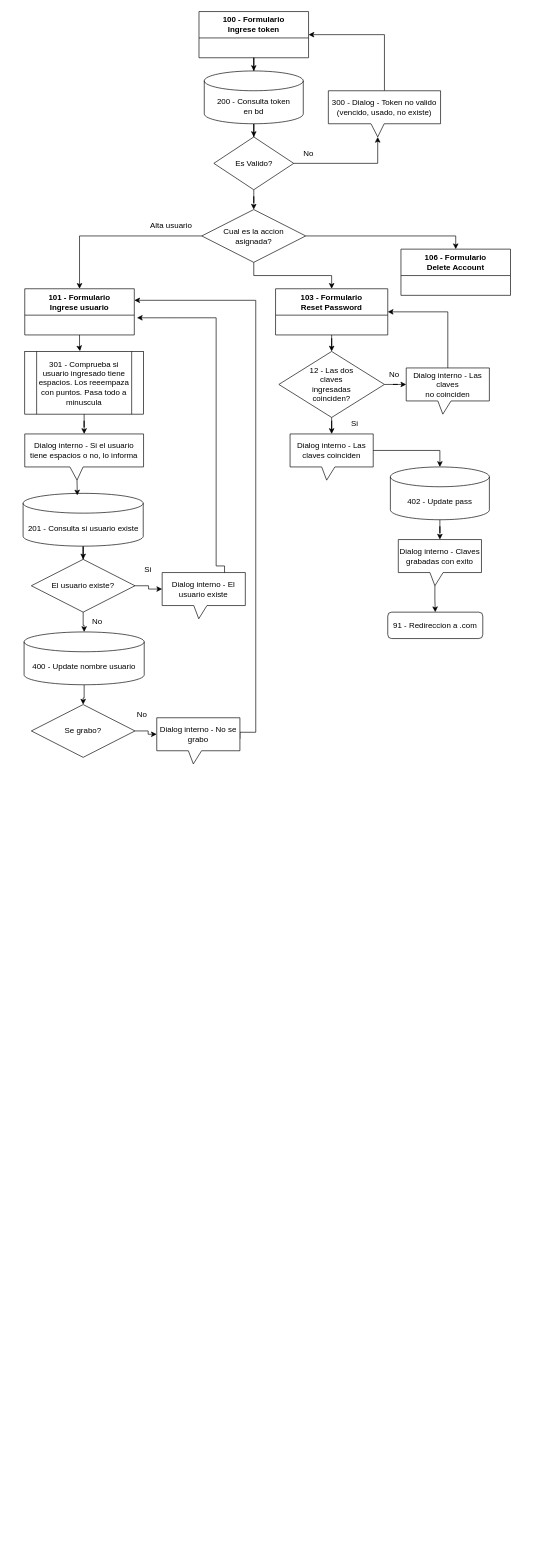
Above: validaphp.drawio in MaxiFranz/TrayectoP (draw.io), before the change. Source tidied: cells renumbered, new cells numbered last; positions are measured from the earlier drawing's top-left corner, leaving out a move shared by most shapes. Both pictures are drawn from the tidied source at 66%, with x=0, y=0 at pixel (23, 11).
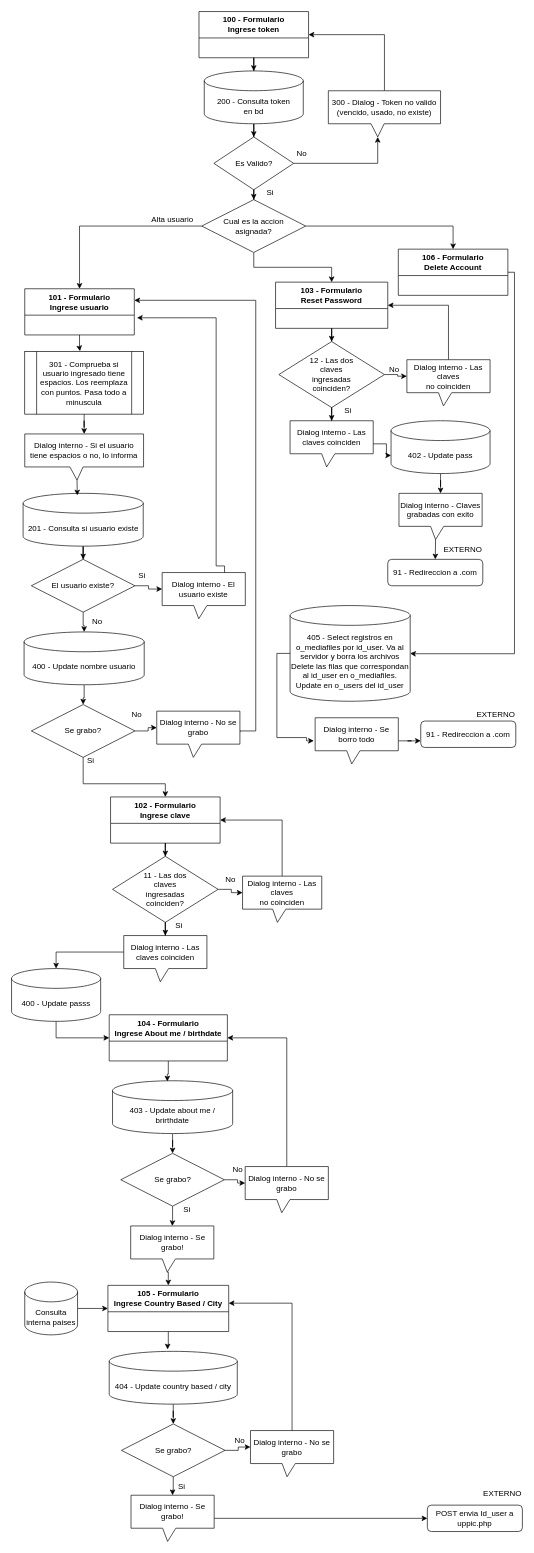
The same diagram, later.

Unchanged cells that the change refers to:
```xml
<mxCell id="16" value="101 - Formulario &lt;br&gt;Ingrese usuario" style="swimlane;whiteSpace=wrap;html=1;startSize=40;" parent="1" vertex="1">
  <mxGeometry x="2" y="420" width="166" height="70" as="geometry" />
</mxCell>
<mxCell id="51" value="Se grabo?" style="rhombus;whiteSpace=wrap;html=1;" parent="1" vertex="1">
  <mxGeometry x="12" y="1050" width="157" height="80" as="geometry" />
</mxCell>
```

The edit, as a diff of the source:
```diff
@@
     <mxCell id="11" value="No" style="text;html=1;strokeColor=none;fillColor=none;align=center;verticalAlign=middle;whiteSpace=wrap;rounded=0;" parent="1" vertex="1">
-      <mxGeometry x="402" y="200" width="60" height="30" as="geometry" />
+      <mxGeometry x="392" y="200" width="60" height="30" as="geometry" />
     </mxCell>
@@
     <mxCell id="15" value="Cual es la accion &lt;br&gt;asignada?" style="rhombus;whiteSpace=wrap;html=1;" parent="1" vertex="1">
-      <mxGeometry x="270.2" y="300" width="157.5" height="80" as="geometry" />
+      <mxGeometry x="270.2" y="285" width="157.5" height="80" as="geometry" />
     </mxCell>
@@
     <mxCell id="18" value="103 - Formulario &lt;br&gt;Reset Password" style="swimlane;whiteSpace=wrap;html=1;startSize=40;" parent="1" vertex="1">
-      <mxGeometry x="382" y="420" width="170" height="70" as="geometry" />
+      <mxGeometry x="382" y="410" width="170" height="70" as="geometry" />
     </mxCell>
+    <mxCell id="56" style="edgeStyle=orthogonalEdgeStyle;rounded=0;jettySize=auto;html=1;exitX=1;exitY=0.5;exitDx=0;exitDy=0;entryX=1;entryY=0.5;entryDx=0;entryDy=0;entryPerimeter=0;" parent="1" edge="1" target="104">
+      <mxGeometry relative="1" as="geometry">
+        <mxPoint x="724" y="395" as="sourcePoint" />
+        <Array as="points">
+          <mxPoint x="744" y="395" />
+          <mxPoint x="744" y="973" />
+          <mxPoint x="592" y="973" />
+        </Array>
+      </mxGeometry>
+    </mxCell>
     <mxCell id="19" value="106 - Formulario &lt;br&gt;Delete Account" style="swimlane;whiteSpace=wrap;html=1;startSize=40;" parent="1" vertex="1">
-      <mxGeometry x="572" y="360" width="166" height="70" as="geometry" />
+      <mxGeometry x="568" y="360" width="166" height="70" as="geometry" />
     </mxCell>
     <mxCell id="20" value="402 - Update pass" style="shape=cylinder3;whiteSpace=wrap;html=1;boundedLbl=1;backgroundOutline=1;size=15;" parent="1" vertex="1">
-      <mxGeometry x="556" y="690" width="150" height="80" as="geometry" />
+      <mxGeometry x="557" y="620" width="150" height="80" as="geometry" />
     </mxCell>
@@
     <mxCell id="22" value="Dialog interno - Las claves&lt;br&gt;no coinciden" style="shape=callout;whiteSpace=wrap;html=1;perimeter=calloutPerimeter;position2=0.44;size=20;position=0.38;" parent="1" vertex="1">
-      <mxGeometry x="580" y="540" width="126" height="70" as="geometry" />
+      <mxGeometry x="581" y="527.5" width="126" height="70" as="geometry" />
     </mxCell>
     <mxCell id="23" value="12 - Las dos &lt;br&gt;claves&lt;br&gt;ingresadas&lt;br&gt;coinciden?" style="rhombus;whiteSpace=wrap;html=1;" parent="1" vertex="1">
-      <mxGeometry x="387" y="515" width="160" height="100" as="geometry" />
+      <mxGeometry x="387" y="500" width="160" height="100" as="geometry" />
     </mxCell>
@@
     <mxCell id="25" value="Dialog interno - Las claves coinciden" style="shape=callout;whiteSpace=wrap;html=1;perimeter=calloutPerimeter;position2=0.44;size=20;position=0.38;" parent="1" vertex="1">
-      <mxGeometry x="404" y="640" width="126" height="70" as="geometry" />
+      <mxGeometry x="404" y="620" width="126" height="70" as="geometry" />
     </mxCell>
     <mxCell id="26" value="No" style="text;html=1;strokeColor=none;fillColor=none;align=center;verticalAlign=middle;whiteSpace=wrap;rounded=0;" parent="1" vertex="1">
-      <mxGeometry x="532" y="535" width="60" height="30" as="geometry" />
+      <mxGeometry x="532" y="527.5" width="60" height="30" as="geometry" />
     </mxCell>
@@
-    <mxCell id="28" style="edgeStyle=orthogonalEdgeStyle;rounded=0;jettySize=auto;html=1;entryX=0.5;entryY=0;entryDx=0;entryDy=0;entryPerimeter=0;exitX=0;exitY=0;exitDx=126;exitDy=25;exitPerimeter=0;" parent="1" edge="1" source="25" target="20">
-      <mxGeometry relative="1" as="geometry" />
-    </mxCell>
     <mxCell id="29" value="Si" style="text;html=1;strokeColor=none;fillColor=none;align=center;verticalAlign=middle;whiteSpace=wrap;rounded=0;" parent="1" vertex="1">
-      <mxGeometry x="472" y="610" width="60" height="30" as="geometry" />
+      <mxGeometry x="462" y="590" width="60" height="30" as="geometry" />
     </mxCell>
@@
     <mxCell id="31" value="Dialog interno - Claves&lt;br&gt;grabadas con exito" style="shape=callout;whiteSpace=wrap;html=1;perimeter=calloutPerimeter;position2=0.44;size=20;position=0.38;" parent="1" vertex="1">
-      <mxGeometry x="568" y="800" width="126" height="70" as="geometry" />
+      <mxGeometry x="569" y="730" width="126" height="70" as="geometry" />
     </mxCell>
@@
     <mxCell id="33" value="91 - Redireccion a .com" style="rounded=1;whiteSpace=wrap;html=1;" parent="1" vertex="1">
-      <mxGeometry x="552" y="910" width="144" height="40" as="geometry" />
+      <mxGeometry x="552" y="830" width="144" height="40" as="geometry" />
     </mxCell>
     <mxCell id="34" value="Alta usuario" style="text;html=1;strokeColor=none;fillColor=none;align=center;verticalAlign=middle;whiteSpace=wrap;rounded=0;" parent="1" vertex="1">
-      <mxGeometry x="158.5" y="310" width="130" height="30" as="geometry" />
+      <mxGeometry x="160.5" y="300" width="130" height="30" as="geometry" />
     </mxCell>
@@
-    <mxCell id="37" value="301 - Comprueba si usuario ingresado tiene espacios. Los reeempaza con puntos. Pasa todo a minuscula" style="shape=process;whiteSpace=wrap;html=1;backgroundOutline=1;" parent="1" vertex="1">
+    <mxCell id="37" value="301 - Comprueba si usuario ingresado tiene espacios. Los reemplaza con puntos. Pasa todo a minuscula" style="shape=process;whiteSpace=wrap;html=1;backgroundOutline=1;" parent="1" vertex="1">
       <mxGeometry x="2" y="515" width="180" height="95" as="geometry" />
     </mxCell>
@@
     <mxCell id="47" value="Si" style="text;html=1;strokeColor=none;fillColor=none;align=center;verticalAlign=middle;whiteSpace=wrap;rounded=0;" parent="1" vertex="1">
-      <mxGeometry x="158.5" y="830" width="60" height="30" as="geometry" />
+      <mxGeometry x="150.2" y="840" width="60" height="30" as="geometry" />
     </mxCell>
@@
+    <mxCell id="57" style="edgeStyle=orthogonalEdgeStyle;rounded=0;jettySize=auto;html=1;entryX=0.5;entryY=0;entryDx=0;entryDy=0;" parent="1" edge="1" source="51" target="61">
+      <mxGeometry relative="1" as="geometry">
+        <Array as="points">
+          <mxPoint x="91" y="1170" />
+          <mxPoint x="215" y="1170" />
+        </Array>
+      </mxGeometry>
+    </mxCell>
@@
     <mxCell id="52" style="edgeStyle=orthogonalEdgeStyle;rounded=0;jettySize=auto;html=1;entryX=1;entryY=0.25;entryDx=0;entryDy=0;exitX=1;exitY=0.457;exitDx=0;exitDy=0;exitPerimeter=0;" parent="1" edge="1" source="53" target="16">
       <mxGeometry relative="1" as="geometry">
         <Array as="points">
-          <mxPoint x="328" y="1092" />
-          <mxPoint x="352" y="1092" />
+          <mxPoint x="328" y="1090" />
+          <mxPoint x="352" y="1090" />
           <mxPoint x="352" y="438" />
         </Array>
       </mxGeometry>
     </mxCell>
     <mxCell id="53" value="Dialog interno - No se grabo" style="shape=callout;whiteSpace=wrap;html=1;perimeter=calloutPerimeter;position2=0.44;size=20;position=0.38;" parent="1" vertex="1">
-      <mxGeometry x="202" y="1070" width="126" height="70" as="geometry" />
+      <mxGeometry x="202" y="1060" width="126" height="70" as="geometry" />
     </mxCell>
@@
     <mxCell id="55" value="No" style="text;html=1;strokeColor=none;fillColor=none;align=center;verticalAlign=middle;whiteSpace=wrap;rounded=0;" parent="1" vertex="1">
-      <mxGeometry x="150.2" y="1050" width="60" height="30" as="geometry" />
+      <mxGeometry x="142" y="1050" width="60" height="30" as="geometry" />
     </mxCell>
+    <mxCell id="58" value="Si" style="text;html=1;strokeColor=none;fillColor=none;align=center;verticalAlign=middle;whiteSpace=wrap;rounded=0;" parent="1" vertex="1">
+      <mxGeometry x="344" y="260" width="60" height="30" as="geometry" />
+    </mxCell>
+    <mxCell id="59" value="Si" style="text;html=1;strokeColor=none;fillColor=none;align=center;verticalAlign=middle;whiteSpace=wrap;rounded=0;" parent="1" vertex="1">
+      <mxGeometry x="72" y="1120" width="60" height="30" as="geometry" />
+    </mxCell>
+    <mxCell id="60" style="edgeStyle=orthogonalEdgeStyle;rounded=0;jettySize=auto;html=1;entryX=0.5;entryY=0;entryDx=0;entryDy=0;" parent="1" edge="1" source="61" target="62">
+      <mxGeometry relative="1" as="geometry" />
+    </mxCell>
+    <mxCell id="61" value="102 - Formulario &lt;br&gt;Ingrese clave" style="swimlane;whiteSpace=wrap;html=1;startSize=40;" parent="1" vertex="1">
+      <mxGeometry x="132" y="1190" width="166" height="70" as="geometry" />
+    </mxCell>
+    <mxCell id="62" value="11 - Las dos &lt;br&gt;claves&lt;br&gt;ingresadas&lt;br&gt;coinciden?" style="rhombus;whiteSpace=wrap;html=1;" parent="1" vertex="1">
+      <mxGeometry x="135" y="1280" width="160" height="100" as="geometry" />
+    </mxCell>
+    <mxCell id="63" style="edgeStyle=orthogonalEdgeStyle;rounded=0;jettySize=auto;html=1;entryX=1;entryY=0.5;entryDx=0;entryDy=0;exitX=0.5;exitY=0;exitDx=0;exitDy=0;exitPerimeter=0;" parent="1" edge="1" source="64" target="61">
+      <mxGeometry relative="1" as="geometry" />
+    </mxCell>
+    <mxCell id="64" value="Dialog interno - Las claves&lt;br&gt;no coinciden" style="shape=callout;whiteSpace=wrap;html=1;perimeter=calloutPerimeter;position2=0.44;size=20;position=0.38;" parent="1" vertex="1">
+      <mxGeometry x="332" y="1310" width="120" height="70" as="geometry" />
+    </mxCell>
+    <mxCell id="65" style="edgeStyle=orthogonalEdgeStyle;rounded=0;jettySize=auto;html=1;entryX=0;entryY=0;entryDx=0;entryDy=25;entryPerimeter=0;" parent="1" edge="1" source="62" target="64">
+      <mxGeometry relative="1" as="geometry" />
+    </mxCell>
+    <mxCell id="66" value="Dialog interno - Las claves coinciden" style="shape=callout;whiteSpace=wrap;html=1;perimeter=calloutPerimeter;position2=0.44;size=20;position=0.38;" parent="1" vertex="1">
+      <mxGeometry x="152" y="1400" width="126" height="70" as="geometry" />
+    </mxCell>
+    <mxCell id="67" style="edgeStyle=orthogonalEdgeStyle;rounded=0;jettySize=auto;html=1;entryX=0.5;entryY=0;entryDx=0;entryDy=0;entryPerimeter=0;" parent="1" edge="1" source="62" target="66">
+      <mxGeometry relative="1" as="geometry" />
+    </mxCell>
+    <mxCell id="68" value="No" style="text;html=1;strokeColor=none;fillColor=none;align=center;verticalAlign=middle;whiteSpace=wrap;rounded=0;" parent="1" vertex="1">
+      <mxGeometry x="284" y="1300" width="60" height="30" as="geometry" />
+    </mxCell>
+    <mxCell id="69" value="Si" style="text;html=1;strokeColor=none;fillColor=none;align=center;verticalAlign=middle;whiteSpace=wrap;rounded=0;" parent="1" vertex="1">
+      <mxGeometry x="206" y="1370" width="60" height="30" as="geometry" />
+    </mxCell>
+    <mxCell id="70" style="edgeStyle=orthogonalEdgeStyle;rounded=0;jettySize=auto;html=1;entryX=0;entryY=0.5;entryDx=0;entryDy=0;exitX=0.5;exitY=1;exitDx=0;exitDy=0;exitPerimeter=0;" parent="1" edge="1" source="71" target="72">
+      <mxGeometry relative="1" as="geometry" />
+    </mxCell>
+    <mxCell id="71" value="400 - Update passs" style="shape=cylinder3;whiteSpace=wrap;html=1;boundedLbl=1;backgroundOutline=1;size=15;" parent="1" vertex="1">
+      <mxGeometry x="-18" y="1450" width="135" height="80" as="geometry" />
+    </mxCell>
+    <mxCell id="72" value="104 - Formulario &lt;br&gt;Ingrese About me / birthdate" style="swimlane;whiteSpace=wrap;html=1;startSize=40;" parent="1" vertex="1">
+      <mxGeometry x="130" y="1520" width="179" height="70" as="geometry" />
+    </mxCell>
+    <mxCell id="73" style="edgeStyle=orthogonalEdgeStyle;rounded=0;jettySize=auto;html=1;entryX=0.5;entryY=0;entryDx=0;entryDy=0;" parent="1" edge="1" source="74" target="77">
+      <mxGeometry relative="1" as="geometry" />
+    </mxCell>
+    <mxCell id="74" value="403 - Update about me / brirthdate" style="shape=cylinder3;whiteSpace=wrap;html=1;boundedLbl=1;backgroundOutline=1;size=15;" parent="1" vertex="1">
+      <mxGeometry x="135" y="1620" width="182" height="80" as="geometry" />
+    </mxCell>
+    <mxCell id="75" style="edgeStyle=orthogonalEdgeStyle;rounded=0;jettySize=auto;html=1;entryX=0.456;entryY=0.013;entryDx=0;entryDy=0;entryPerimeter=0;" parent="1" edge="1" source="72" target="74">
+      <mxGeometry relative="1" as="geometry" />
+    </mxCell>
+    <mxCell id="76" style="edgeStyle=orthogonalEdgeStyle;rounded=0;jettySize=auto;html=1;" parent="1" edge="1" source="77" target="83">
+      <mxGeometry relative="1" as="geometry" />
+    </mxCell>
+    <mxCell id="77" value="Se grabo?" style="rhombus;whiteSpace=wrap;html=1;" parent="1" vertex="1">
+      <mxGeometry x="147.5" y="1730" width="157" height="80" as="geometry" />
+    </mxCell>
+    <mxCell id="78" style="edgeStyle=orthogonalEdgeStyle;rounded=0;jettySize=auto;html=1;entryX=1;entryY=0.5;entryDx=0;entryDy=0;exitX=0.5;exitY=0;exitDx=0;exitDy=0;exitPerimeter=0;" parent="1" edge="1" source="79" target="72">
+      <mxGeometry relative="1" as="geometry" />
+    </mxCell>
+    <mxCell id="79" value="Dialog interno - No se grabo" style="shape=callout;whiteSpace=wrap;html=1;perimeter=calloutPerimeter;position2=0.44;size=20;position=0.38;" parent="1" vertex="1">
+      <mxGeometry x="336" y="1750" width="126" height="70" as="geometry" />
+    </mxCell>
+    <mxCell id="80" style="edgeStyle=orthogonalEdgeStyle;rounded=0;jettySize=auto;html=1;entryX=0;entryY=0;entryDx=0;entryDy=25;entryPerimeter=0;" parent="1" edge="1" source="77" target="79">
+      <mxGeometry relative="1" as="geometry" />
+    </mxCell>
+    <mxCell id="81" value="No" style="text;html=1;strokeColor=none;fillColor=none;align=center;verticalAlign=middle;whiteSpace=wrap;rounded=0;" parent="1" vertex="1">
+      <mxGeometry x="295" y="1740" width="60" height="30" as="geometry" />
+    </mxCell>
+    <mxCell id="82" style="edgeStyle=orthogonalEdgeStyle;rounded=0;jettySize=auto;html=1;entryX=0.5;entryY=0;entryDx=0;entryDy=0;exitX=0;exitY=0;exitDx=55.44;exitDy=70;exitPerimeter=0;" parent="1" edge="1" source="83" target="84">
+      <mxGeometry relative="1" as="geometry" />
+    </mxCell>
+    <mxCell id="83" value="Dialog interno - Se grabo!" style="shape=callout;whiteSpace=wrap;html=1;perimeter=calloutPerimeter;position2=0.44;size=20;position=0.38;" parent="1" vertex="1">
+      <mxGeometry x="162.5" y="1840" width="126" height="70" as="geometry" />
+    </mxCell>
+    <mxCell id="84" value="105 - Formulario &lt;br&gt;Ingrese Country Based / City" style="swimlane;whiteSpace=wrap;html=1;startSize=40;" parent="1" vertex="1">
+      <mxGeometry x="128" y="1930" width="183" height="70" as="geometry" />
+    </mxCell>
+    <mxCell id="85" style="edgeStyle=orthogonalEdgeStyle;rounded=0;jettySize=auto;html=1;entryX=0;entryY=0.5;entryDx=0;entryDy=0;" parent="1" edge="1" source="86" target="84">
+      <mxGeometry relative="1" as="geometry" />
+    </mxCell>
+    <mxCell id="86" value="Consulta interna paises" style="shape=cylinder3;whiteSpace=wrap;html=1;boundedLbl=1;backgroundOutline=1;size=15;" parent="1" vertex="1">
+      <mxGeometry x="2" y="1925" width="80" height="80" as="geometry" />
+    </mxCell>
+    <mxCell id="87" style="edgeStyle=orthogonalEdgeStyle;rounded=0;jettySize=auto;html=1;entryX=0.5;entryY=0;entryDx=0;entryDy=0;" parent="1" edge="1" source="88" target="91">
+      <mxGeometry relative="1" as="geometry" />
+    </mxCell>
+    <mxCell id="88" value="404 - Update country based / city" style="shape=cylinder3;whiteSpace=wrap;html=1;boundedLbl=1;backgroundOutline=1;size=15;" parent="1" vertex="1">
+      <mxGeometry x="130" y="2030" width="194" height="80" as="geometry" />
+    </mxCell>
+    <mxCell id="89" value="Si" style="text;html=1;strokeColor=none;fillColor=none;align=center;verticalAlign=middle;whiteSpace=wrap;rounded=0;" parent="1" vertex="1">
+      <mxGeometry x="218" y="1800" width="60" height="30" as="geometry" />
+    </mxCell>
+    <mxCell id="90" style="edgeStyle=orthogonalEdgeStyle;rounded=0;jettySize=auto;html=1;" parent="1" edge="1" source="91" target="96">
+      <mxGeometry relative="1" as="geometry" />
+    </mxCell>
+    <mxCell id="91" value="Se grabo?" style="rhombus;whiteSpace=wrap;html=1;" parent="1" vertex="1">
+      <mxGeometry x="148.5" y="2140" width="157" height="80" as="geometry" />
+    </mxCell>
+    <mxCell id="92" value="Dialog interno - No se grabo" style="shape=callout;whiteSpace=wrap;html=1;perimeter=calloutPerimeter;position2=0.44;size=20;position=0.38;" parent="1" vertex="1">
+      <mxGeometry x="344" y="2150" width="126" height="70" as="geometry" />
+    </mxCell>
+    <mxCell id="93" style="edgeStyle=orthogonalEdgeStyle;rounded=0;jettySize=auto;html=1;entryX=0;entryY=0;entryDx=0;entryDy=25;entryPerimeter=0;" parent="1" edge="1" source="91" target="92">
+      <mxGeometry relative="1" as="geometry" />
+    </mxCell>
+    <mxCell id="94" style="edgeStyle=orthogonalEdgeStyle;rounded=0;jettySize=auto;html=1;entryX=1;entryY=0.386;entryDx=0;entryDy=0;entryPerimeter=0;exitX=0.5;exitY=0;exitDx=0;exitDy=0;exitPerimeter=0;" parent="1" edge="1" source="92" target="84">
+      <mxGeometry relative="1" as="geometry" />
+    </mxCell>
+    <mxCell id="95" style="edgeStyle=orthogonalEdgeStyle;rounded=0;jettySize=auto;html=1;entryX=0;entryY=0.5;entryDx=0;entryDy=0;" parent="1" edge="1" source="96" target="99">
+      <mxGeometry relative="1" as="geometry" />
+    </mxCell>
+    <mxCell id="96" value="Dialog interno - Se grabo!" style="shape=callout;whiteSpace=wrap;html=1;perimeter=calloutPerimeter;position2=0.44;size=20;position=0.38;" parent="1" vertex="1">
+      <mxGeometry x="163" y="2248" width="126" height="70" as="geometry" />
+    </mxCell>
+    <mxCell id="97" value="No" style="text;html=1;strokeColor=none;fillColor=none;align=center;verticalAlign=middle;whiteSpace=wrap;rounded=0;" parent="1" vertex="1">
+      <mxGeometry x="298" y="2150" width="60" height="30" as="geometry" />
+    </mxCell>
+    <mxCell id="98" value="Si" style="text;html=1;strokeColor=none;fillColor=none;align=center;verticalAlign=middle;whiteSpace=wrap;rounded=0;" parent="1" vertex="1">
+      <mxGeometry x="210.2" y="2220" width="60" height="30" as="geometry" />
+    </mxCell>
+    <mxCell id="99" value="POST envia Id_user a uppic.php" style="rounded=1;whiteSpace=wrap;html=1;" parent="1" vertex="1">
+      <mxGeometry x="612" y="2263" width="144" height="40" as="geometry" />
+    </mxCell>
+    <mxCell id="100" style="edgeStyle=orthogonalEdgeStyle;rounded=0;jettySize=auto;html=1;entryX=0.456;entryY=-0.037;entryDx=0;entryDy=0;entryPerimeter=0;" parent="1" edge="1" source="84" target="88">
+      <mxGeometry relative="1" as="geometry" />
+    </mxCell>
+    <mxCell id="101" style="edgeStyle=orthogonalEdgeStyle;rounded=0;jettySize=auto;html=1;entryX=0.5;entryY=0;entryDx=0;entryDy=0;entryPerimeter=0;exitX=0;exitY=0;exitDx=0;exitDy=25;exitPerimeter=0;" parent="1" edge="1" source="66" target="71">
+      <mxGeometry relative="1" as="geometry" />
+    </mxCell>
+    <mxCell id="102" value="EXTERNO" style="text;html=1;strokeColor=none;fillColor=none;align=center;verticalAlign=middle;whiteSpace=wrap;rounded=0;" parent="1" vertex="1">
+      <mxGeometry x="696" y="2230" width="60" height="30" as="geometry" />
+    </mxCell>
+    <mxCell id="103" value="EXTERNO" style="text;html=1;strokeColor=none;fillColor=none;align=center;verticalAlign=middle;whiteSpace=wrap;rounded=0;" parent="1" vertex="1">
+      <mxGeometry x="636" y="800" width="60" height="30" as="geometry" />
+    </mxCell>
+    <mxCell id="104" value="405 - Select registros en o_mediafiles por id_user. Va al servidor y borra los archivos&lt;br&gt;Delete las filas que correspondan al id_user en o_mediafiles.&lt;br&gt;Update en o_users del id_user" style="shape=cylinder3;whiteSpace=wrap;html=1;boundedLbl=1;backgroundOutline=1;size=15;" parent="1" vertex="1">
+      <mxGeometry x="404" y="900" width="182" height="145" as="geometry" />
+    </mxCell>
+    <mxCell id="105" style="edgeStyle=orthogonalEdgeStyle;rounded=0;jettySize=auto;html=1;entryX=0;entryY=0.75;entryDx=0;entryDy=0;" parent="1" edge="1" source="106" target="108">
+      <mxGeometry relative="1" as="geometry" />
+    </mxCell>
+    <mxCell id="106" value="Dialog interno - Se borro todo" style="shape=callout;whiteSpace=wrap;html=1;perimeter=calloutPerimeter;position2=0.44;size=20;position=0.38;" parent="1" vertex="1">
+      <mxGeometry x="442" y="1070" width="126" height="70" as="geometry" />
+    </mxCell>
+    <mxCell id="28" style="edgeStyle=orthogonalEdgeStyle;rounded=0;jettySize=auto;html=1;entryX=0;entryY=0;entryDx=0;entryDy=52.5;entryPerimeter=0;" parent="1" edge="1" source="25" target="20">
+      <mxGeometry relative="1" as="geometry" />
+    </mxCell>
+    <mxCell id="107" style="edgeStyle=orthogonalEdgeStyle;rounded=0;jettySize=auto;html=1;entryX=-0.016;entryY=0.5;entryDx=0;entryDy=0;entryPerimeter=0;exitX=0;exitY=0.5;exitDx=0;exitDy=0;exitPerimeter=0;" parent="1" edge="1" source="104" target="106">
+      <mxGeometry relative="1" as="geometry">
+        <Array as="points">
+          <mxPoint x="384" y="973" />
+          <mxPoint x="384" y="1100" />
+          <mxPoint x="429" y="1100" />
+        </Array>
+      </mxGeometry>
+    </mxCell>
+    <mxCell id="108" value="91 - Redireccion a .com" style="rounded=1;whiteSpace=wrap;html=1;" parent="1" vertex="1">
+      <mxGeometry x="602" y="1075" width="144" height="40" as="geometry" />
+    </mxCell>
+    <mxCell id="109" value="EXTERNO" style="text;html=1;strokeColor=none;fillColor=none;align=center;verticalAlign=middle;whiteSpace=wrap;rounded=0;" parent="1" vertex="1">
+      <mxGeometry x="686" y="1050" width="60" height="30" as="geometry" />
+    </mxCell>
```
